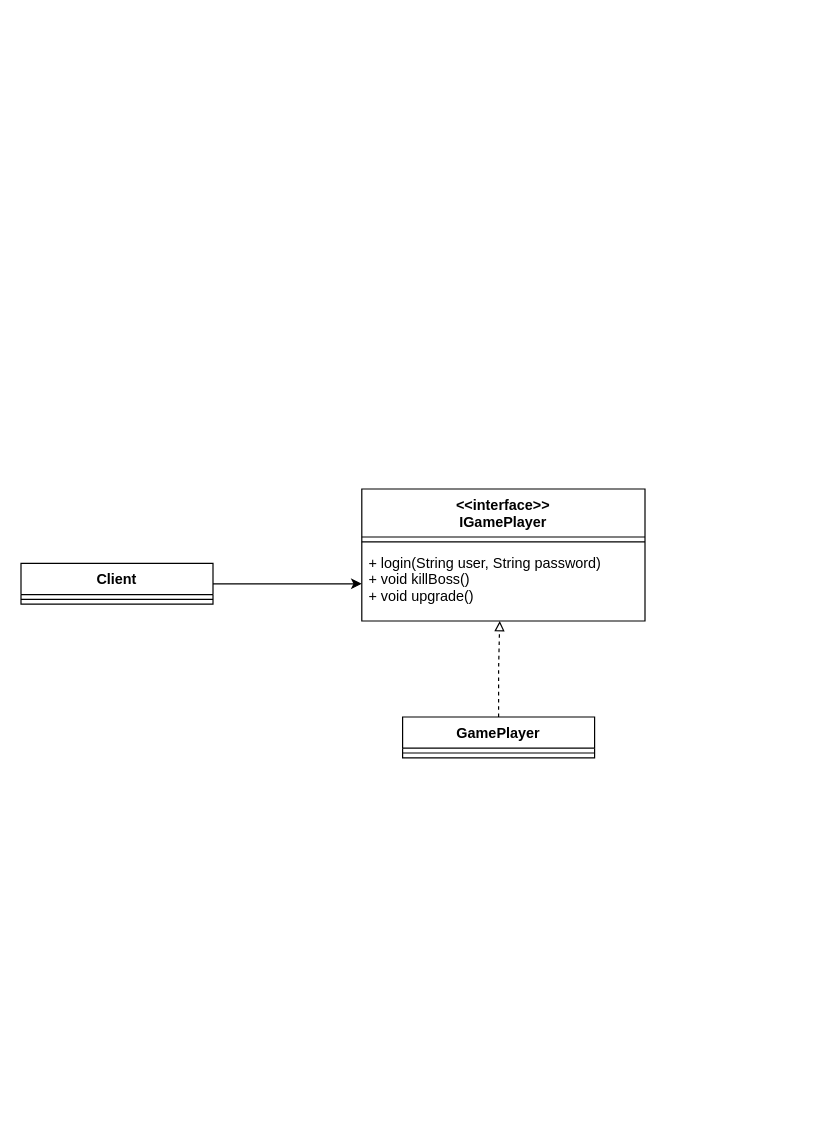
Above: src/6.proxy-pattern/代理模式.drawio in ark-65/design-pattern-for-ts (draw.io), before the change. Source tidied: cells renumbered, new cells numbered last; positions are measured from the earlier drawing's top-left corner, leaving out a move shared by most shapes. Both pictures are drawn from the tidied source at 120%, with x=0, y=0 at pixel (20, 488).
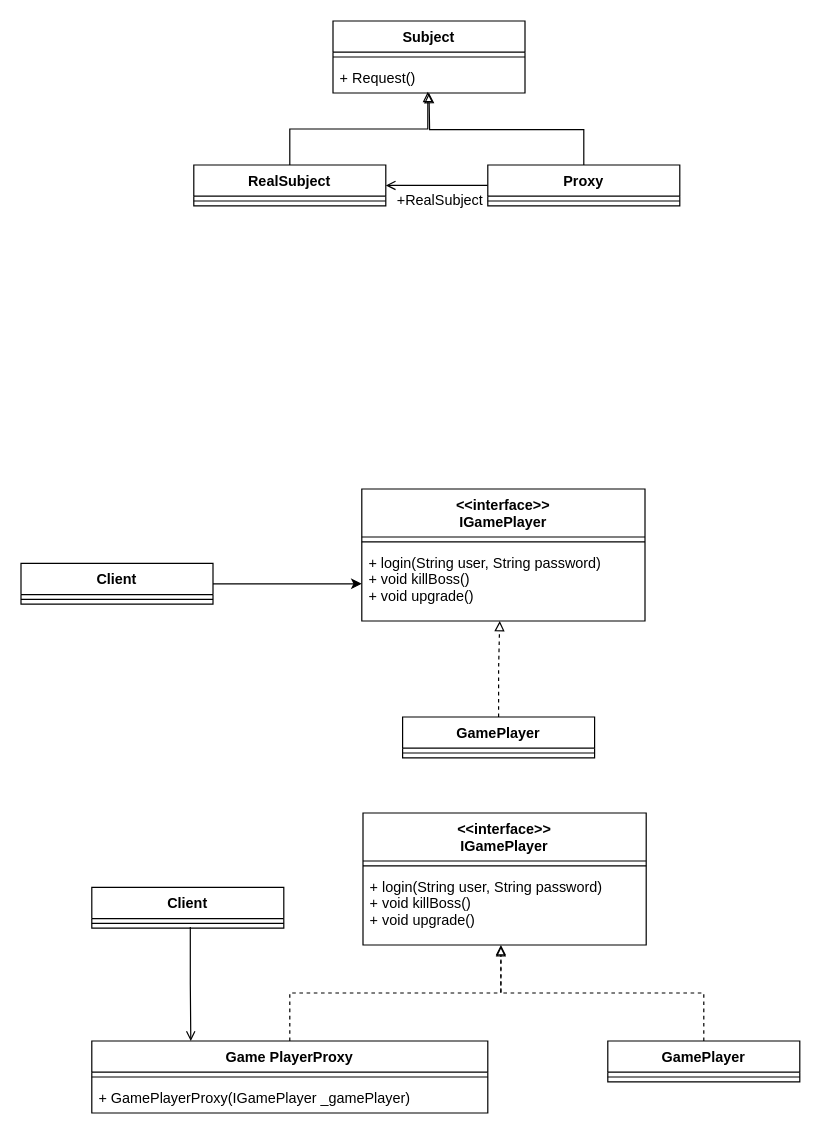
The same page after the edit.

What changed in the source:
```diff
@@
+    <mxCell id="11" value="&lt;&lt;interface&gt;&gt;&#10;IGamePlayer" style="swimlane;fontStyle=1;align=center;verticalAlign=top;horizontal=1;startSize=40;" parent="1" vertex="1">
+      <mxGeometry x="285" y="270" width="236" height="110" as="geometry" />
+    </mxCell>
+    <mxCell id="12" style="line;strokeWidth=1;fillColor=none;align=left;verticalAlign=middle;spacingTop=-1;spacingLeft=3;spacingRight=3;labelPosition=right;" parent="11" vertex="1">
+      <mxGeometry y="40" width="236" height="8" as="geometry" />
+    </mxCell>
+    <mxCell id="13" value="+ login(String user, String password)&#10;+ void killBoss()&#10;+ void upgrade()" style="text;strokeColor=none;fillColor=none;align=left;verticalAlign=top;spacingLeft=4;spacingRight=4;overflow=hidden;points=[[0,0.5],[1,0.5]];portConstraint=eastwest;" parent="11" vertex="1">
+      <mxGeometry y="48" width="236" height="62" as="geometry" />
+    </mxCell>
+    <mxCell id="14" style="edgeStyle=orthogonalEdgeStyle;rounded=0;jettySize=auto;html=1;exitX=0.5;exitY=0;exitDx=0;exitDy=0;entryX=0.487;entryY=1;entryDx=0;entryDy=0;entryPerimeter=0;endArrow=block;endFill=0;dashed=1;" parent="1" edge="1" source="15" target="13">
+      <mxGeometry relative="1" as="geometry" />
+    </mxCell>
+    <mxCell id="15" value="GamePlayer" style="swimlane;fontStyle=1;align=center;verticalAlign=top;horizontal=1;startSize=26;" parent="1" vertex="1">
+      <mxGeometry x="489" y="460" width="160" height="34" as="geometry" />
+    </mxCell>
+    <mxCell id="16" style="line;strokeWidth=1;fillColor=none;align=left;verticalAlign=middle;spacingTop=-1;spacingLeft=3;spacingRight=3;labelPosition=right;" parent="15" vertex="1">
+      <mxGeometry y="26" width="160" height="8" as="geometry" />
+    </mxCell>
+    <mxCell id="17" style="edgeStyle=orthogonalEdgeStyle;rounded=0;jettySize=auto;html=1;exitX=0.513;exitY=0.875;exitDx=0;exitDy=0;entryX=0.25;entryY=0;entryDx=0;entryDy=0;endArrow=open;endFill=0;exitPerimeter=0;" parent="1" edge="1" source="19" target="21">
+      <mxGeometry relative="1" as="geometry" />
+    </mxCell>
+    <mxCell id="18" value="Client" style="swimlane;fontStyle=1;align=center;verticalAlign=top;horizontal=1;startSize=26;" parent="1" vertex="1">
+      <mxGeometry x="59" y="332" width="160" height="34" as="geometry" />
+    </mxCell>
+    <mxCell id="19" style="line;strokeWidth=1;fillColor=none;align=left;verticalAlign=middle;spacingTop=-1;spacingLeft=3;spacingRight=3;labelPosition=right;points=[];portConstraint=eastwest;" parent="18" vertex="1">
+      <mxGeometry y="26" width="160" height="8" as="geometry" />
+    </mxCell>
+    <mxCell id="20" style="edgeStyle=orthogonalEdgeStyle;rounded=0;jettySize=auto;html=1;exitX=0.5;exitY=0;exitDx=0;exitDy=0;dashed=1;endArrow=block;endFill=0;entryX=0.487;entryY=1.016;entryDx=0;entryDy=0;entryPerimeter=0;" parent="1" edge="1" source="21" target="13">
+      <mxGeometry relative="1" as="geometry" />
+    </mxCell>
+    <mxCell id="21" value="Game PlayerProxy" style="swimlane;fontStyle=1;align=center;verticalAlign=top;horizontal=1;startSize=26;" parent="1" vertex="1">
+      <mxGeometry x="59" y="460" width="330" height="60" as="geometry" />
+    </mxCell>
+    <mxCell id="22" style="line;strokeWidth=1;fillColor=none;align=left;verticalAlign=middle;spacingTop=-1;spacingLeft=3;spacingRight=3;labelPosition=right;" parent="21" vertex="1">
+      <mxGeometry y="26" width="330" height="8" as="geometry" />
+    </mxCell>
+    <mxCell id="23" value="+ GamePlayerProxy(IGamePlayer _gamePlayer)" style="text;strokeColor=none;fillColor=none;align=left;verticalAlign=top;spacingLeft=4;spacingRight=4;overflow=hidden;" parent="21" vertex="1">
+      <mxGeometry y="34" width="330" height="26" as="geometry" />
+    </mxCell>
+    <mxCell id="24" value="Subject" style="swimlane;fontStyle=1;align=center;verticalAlign=top;horizontal=1;startSize=26;" parent="1" vertex="1">
+      <mxGeometry x="260" y="-390" width="160" height="60" as="geometry" />
+    </mxCell>
+    <mxCell id="25" style="line;strokeWidth=1;fillColor=none;align=left;verticalAlign=middle;spacingTop=-1;spacingLeft=3;spacingRight=3;labelPosition=right;" parent="24" vertex="1">
+      <mxGeometry y="26" width="160" height="8" as="geometry" />
+    </mxCell>
+    <mxCell id="26" value="+ Request()" style="text;strokeColor=none;fillColor=none;align=left;verticalAlign=top;spacingLeft=4;spacingRight=4;overflow=hidden;points=[[0,0.5],[1,0.5]];portConstraint=eastwest;" parent="24" vertex="1">
+      <mxGeometry y="34" width="160" height="26" as="geometry" />
+    </mxCell>
+    <mxCell id="27" style="edgeStyle=orthogonalEdgeStyle;rounded=0;jettySize=auto;html=1;exitX=0.5;exitY=0;exitDx=0;exitDy=0;entryX=0.494;entryY=0.962;entryDx=0;entryDy=0;entryPerimeter=0;endArrow=block;endFill=0;" parent="1" edge="1" source="28" target="26">
+      <mxGeometry relative="1" as="geometry" />
+    </mxCell>
+    <mxCell id="28" value="RealSubject" style="swimlane;fontStyle=1;align=center;verticalAlign=top;horizontal=1;startSize=26;" parent="1" vertex="1">
+      <mxGeometry x="144" y="-270" width="160" height="34" as="geometry" />
+    </mxCell>
+    <mxCell id="29" style="line;strokeWidth=1;fillColor=none;align=left;verticalAlign=middle;spacingTop=-1;spacingLeft=3;spacingRight=3;labelPosition=right;" parent="28" vertex="1">
+      <mxGeometry y="26" width="160" height="8" as="geometry" />
+    </mxCell>
+    <mxCell id="30" style="edgeStyle=orthogonalEdgeStyle;rounded=0;jettySize=auto;html=1;exitX=0.5;exitY=0;exitDx=0;exitDy=0;endArrow=block;endFill=0;" parent="1" edge="1" source="32">
+      <mxGeometry relative="1" as="geometry">
+        <mxPoint x="340" y="-330" as="targetPoint" />
+      </mxGeometry>
+    </mxCell>
+    <mxCell id="31" style="edgeStyle=orthogonalEdgeStyle;rounded=0;jettySize=auto;html=1;exitX=0;exitY=0.5;exitDx=0;exitDy=0;endArrow=open;endFill=0;" parent="1" edge="1" source="32" target="28">
+      <mxGeometry relative="1" as="geometry" />
+    </mxCell>
+    <mxCell id="32" value="Proxy" style="swimlane;fontStyle=1;align=center;verticalAlign=top;horizontal=1;startSize=26;" parent="1" vertex="1">
+      <mxGeometry x="389" y="-270" width="160" height="34" as="geometry" />
+    </mxCell>
+    <mxCell id="33" style="line;strokeWidth=1;fillColor=none;align=left;verticalAlign=middle;spacingTop=-1;spacingLeft=3;spacingRight=3;labelPosition=right;" parent="32" vertex="1">
+      <mxGeometry y="26" width="160" height="8" as="geometry" />
+    </mxCell>
+    <mxCell id="34" value="+RealSubject" style="text;html=1;align=center;verticalAlign=middle;strokeColor=none;fillColor=none;" parent="1" vertex="1">
+      <mxGeometry x="304" y="-250" width="90" height="20" as="geometry" />
+    </mxCell>
```
